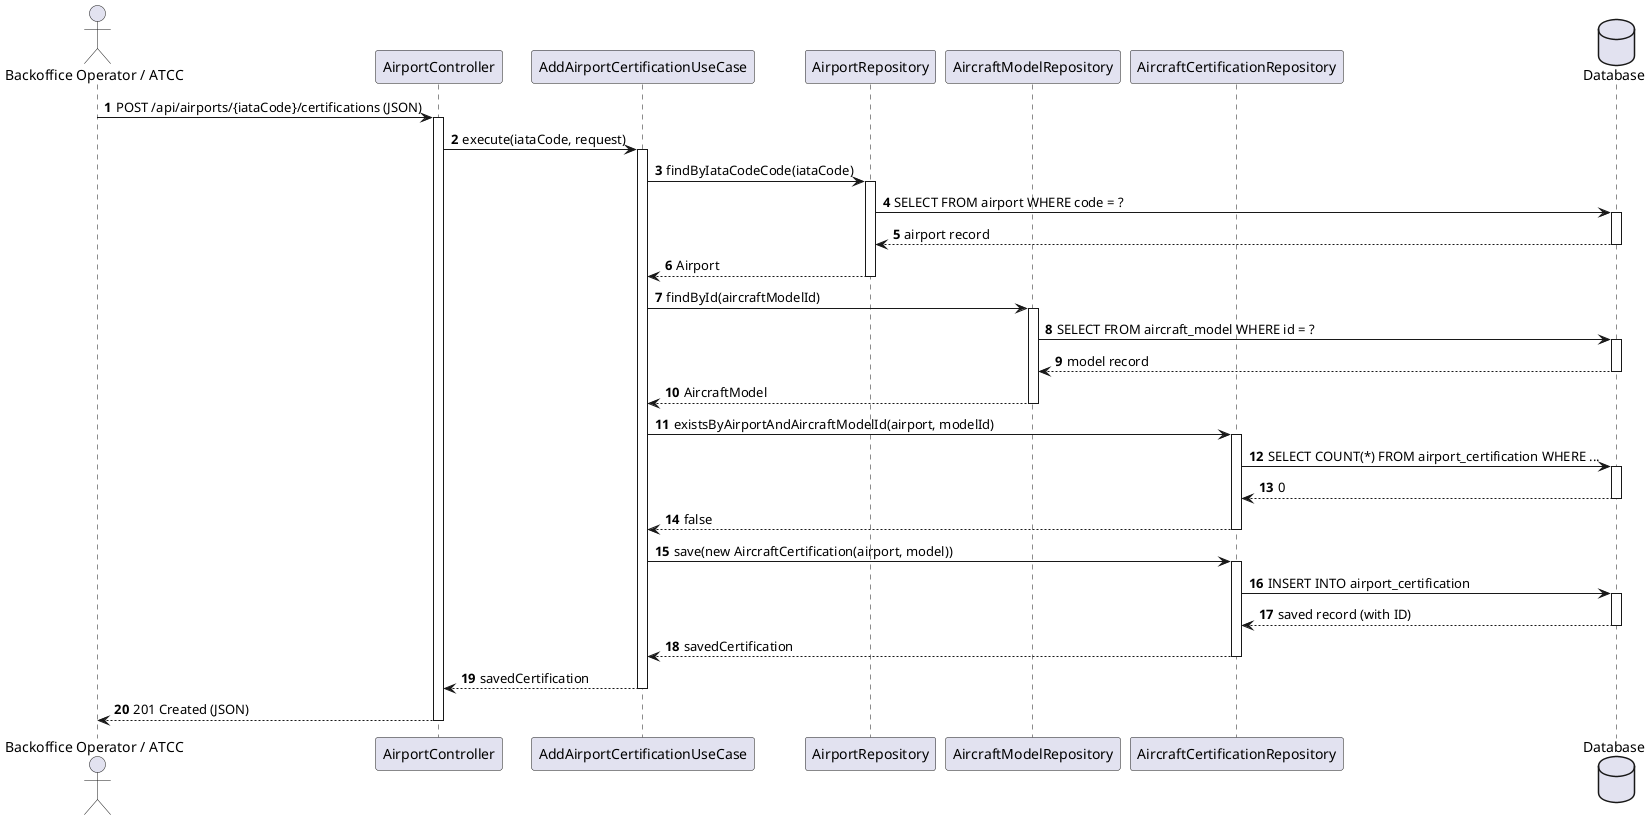
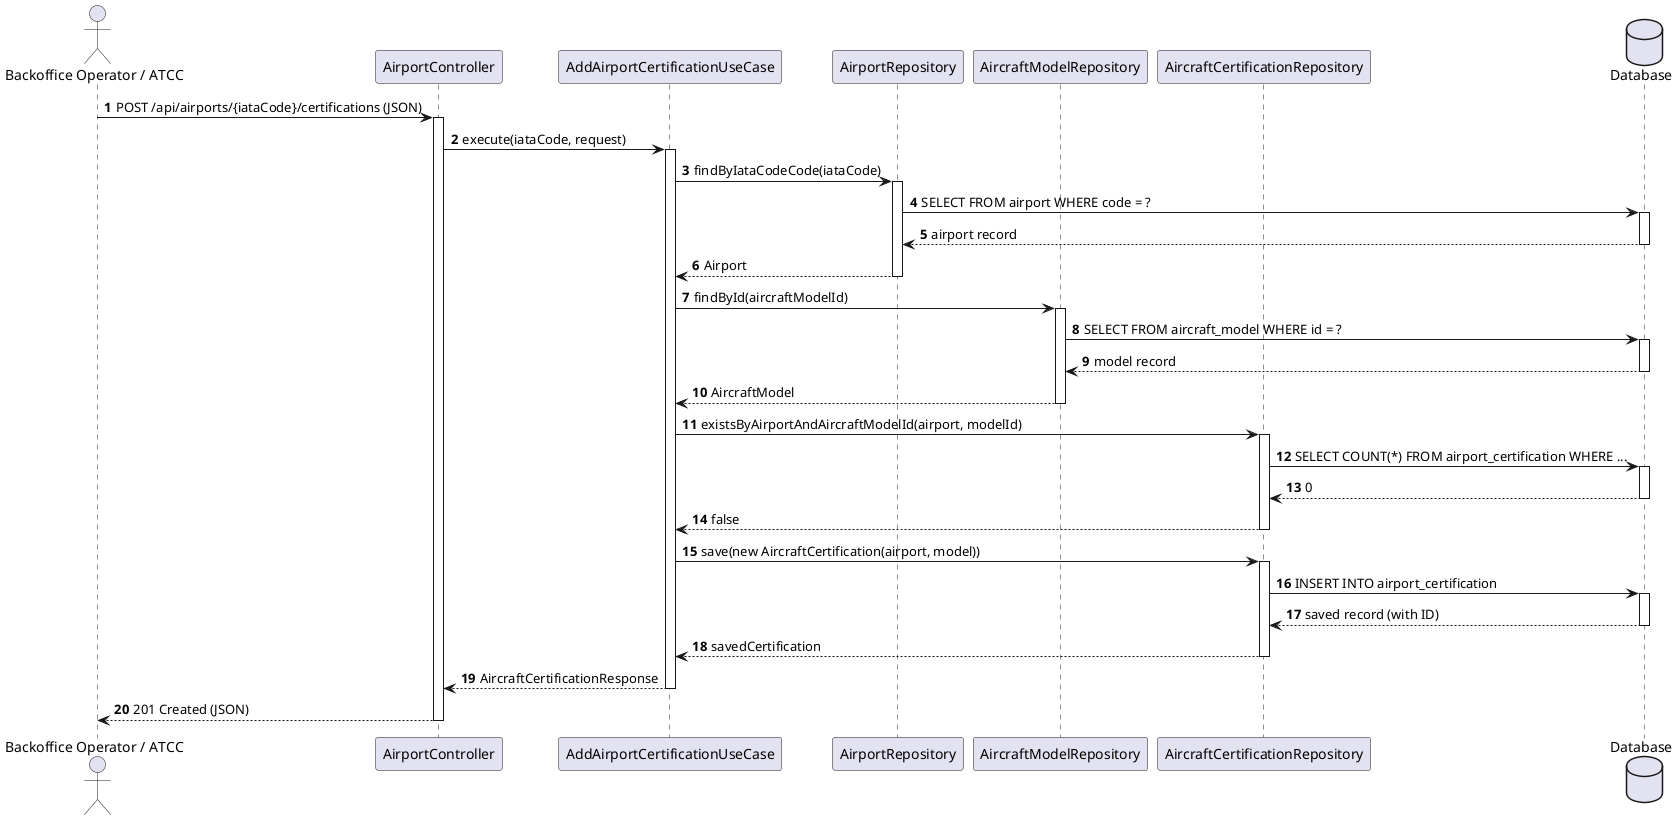
@startuml
autonumber
actor "Backoffice Operator / ATCC" as Actor
participant "AirportController" as Ctrl
participant "AddAirportCertificationUseCase" as UC
participant "AirportRepository" as AirportRepo
participant "AircraftModelRepository" as ModelRepo
participant "AircraftCertificationRepository" as CertRepo
database "Database" as DB

Actor -> Ctrl : POST /api/airports/{iataCode}/certifications (JSON)
activate Ctrl

Ctrl -> UC : execute(iataCode, request)
activate UC

UC -> AirportRepo : findByIataCodeCode(iataCode)
activate AirportRepo
AirportRepo -> DB : SELECT FROM airport WHERE code = ?
activate DB
DB --> AirportRepo : airport record
deactivate DB
AirportRepo --> UC : Airport
deactivate AirportRepo

UC -> ModelRepo : findById(aircraftModelId)
activate ModelRepo
ModelRepo -> DB : SELECT FROM aircraft_model WHERE id = ?
activate DB
DB --> ModelRepo : model record
deactivate DB
ModelRepo --> UC : AircraftModel
deactivate ModelRepo

UC -> CertRepo : existsByAirportAndAircraftModelId(airport, modelId)
activate CertRepo
CertRepo -> DB : SELECT COUNT(*) FROM airport_certification WHERE ...
activate DB
DB --> CertRepo : 0
deactivate DB
CertRepo --> UC : false
deactivate CertRepo

UC -> CertRepo : save(new AircraftCertification(airport, model))
activate CertRepo
CertRepo -> DB : INSERT INTO airport_certification
activate DB
DB --> CertRepo : saved record (with ID)
deactivate DB
CertRepo --> UC : savedCertification
deactivate CertRepo

- UC --> Ctrl : savedCertification
+ UC --> Ctrl : AircraftCertificationResponse
deactivate UC

Ctrl --> Actor : 201 Created (JSON)
deactivate Ctrl
@enduml
